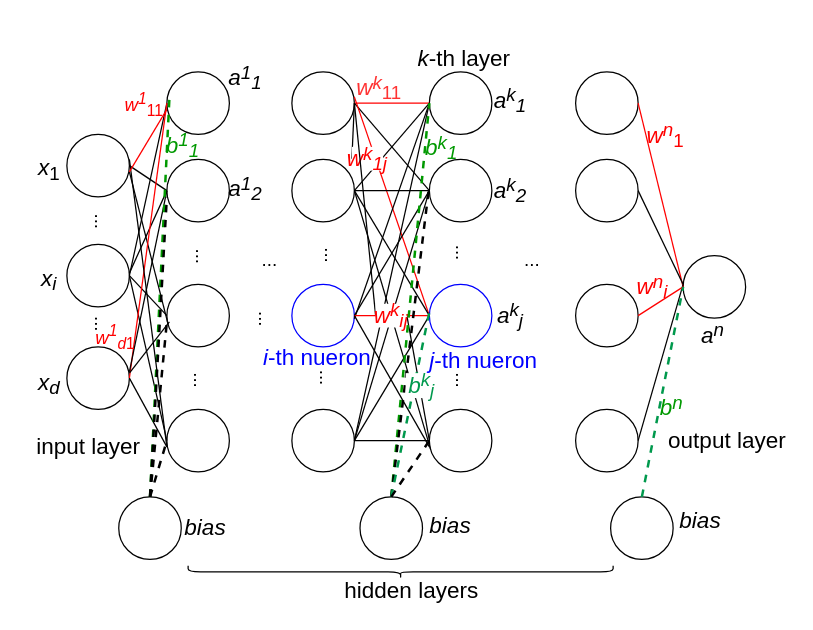
FanGuozheng/dftbpy keeps this draw.io diagram as mlp.drawio. Above is the earlier version. Source tidied: cells renumbered, new cells numbered last; positions are measured from the earlier drawing's top-left corner, leaving out a move shared by most shapes. Both pictures are drawn from the tidied source at 125%, with x=0, y=0 at pixel (21, 36).
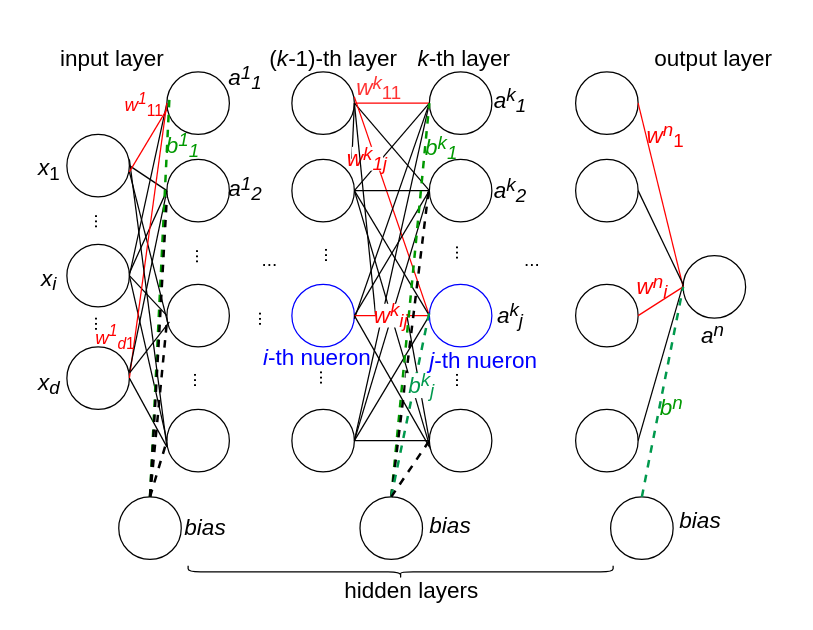
The same diagram, later.

Change to the diagram source:
```diff
@@
     <mxCell id="62" value="&lt;font style=&quot;font-size: 18px;&quot;&gt;input layer&lt;/font&gt;" style="rounded=0;whiteSpace=wrap;html=1;fillColor=none;strokeColor=none;fontSize=18;" parent="1" vertex="1">
-      <mxGeometry x="6" y="298" width="95" height="60" as="geometry" />
+      <mxGeometry x="25" y="-12" width="95" height="60" as="geometry" />
     </mxCell>
@@
     <mxCell id="65" value="&lt;font style=&quot;font-size: 18px;&quot;&gt;output layer&lt;/font&gt;" style="rounded=0;whiteSpace=wrap;html=1;fillColor=none;strokeColor=none;fontSize=18;" parent="1" vertex="1">
-      <mxGeometry x="513" y="293" width="103" height="60" as="geometry" />
+      <mxGeometry x="501.5" y="-12" width="103" height="60" as="geometry" />
     </mxCell>
@@
+    <mxCell id="109" value="&lt;font style=&quot;font-size: 18px;&quot;&gt;&lt;span style=&quot;font-size: 18px;&quot;&gt;(&lt;/span&gt;&lt;i style=&quot;font-size: 18px;&quot;&gt;k-&lt;/i&gt;&lt;span style=&quot;font-size: 18px;&quot;&gt;1)&lt;/span&gt;-th layer&lt;/font&gt;" style="rounded=0;whiteSpace=wrap;html=1;fillColor=none;strokeColor=none;fontSize=18;" parent="1" vertex="1">
+      <mxGeometry x="197" width="105" height="36" as="geometry" />
+    </mxCell>
```
